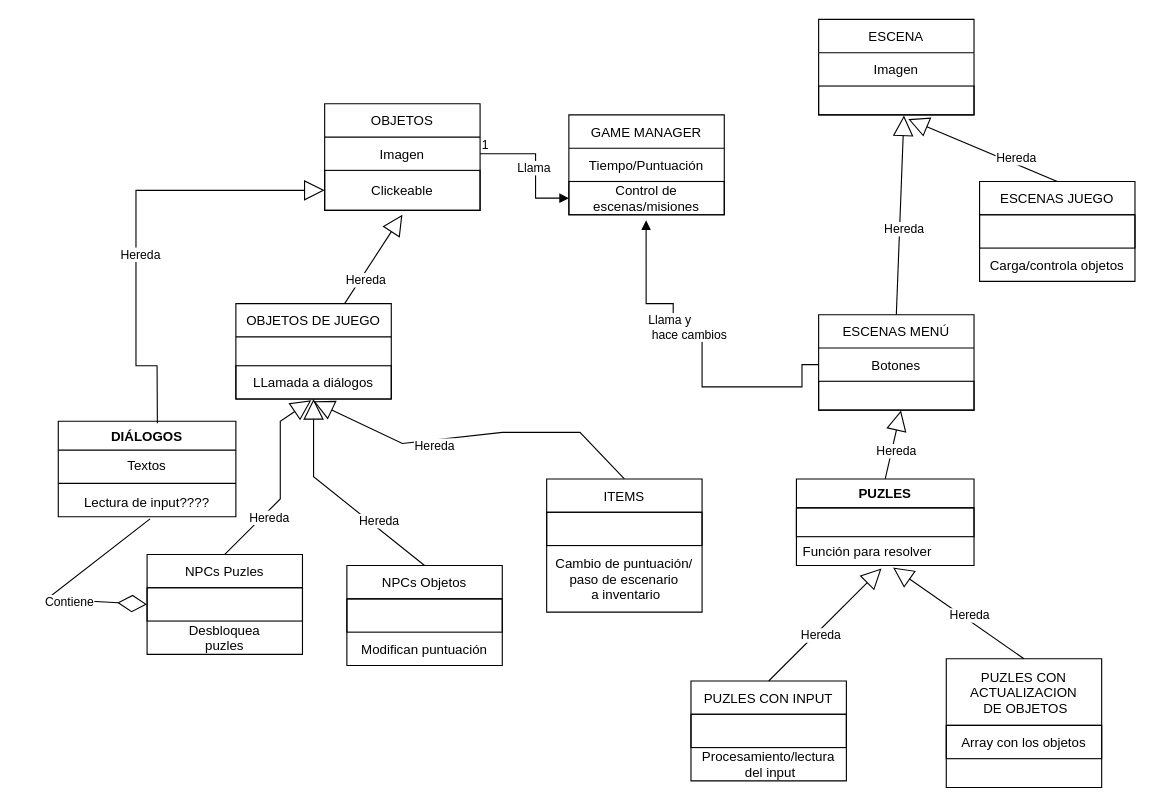
Earlier version of the draw.io diagram arte/The right man diagrama.drawio (elisatodd/Grupo-3-PVLI-2021-22). Source tidied: cells renumbered, new cells numbered last; positions are measured from the earlier drawing's top-left corner, leaving out a move shared by most shapes. Both pictures are drawn from the tidied source at 111%, with x=0, y=0 at pixel (47, 19).
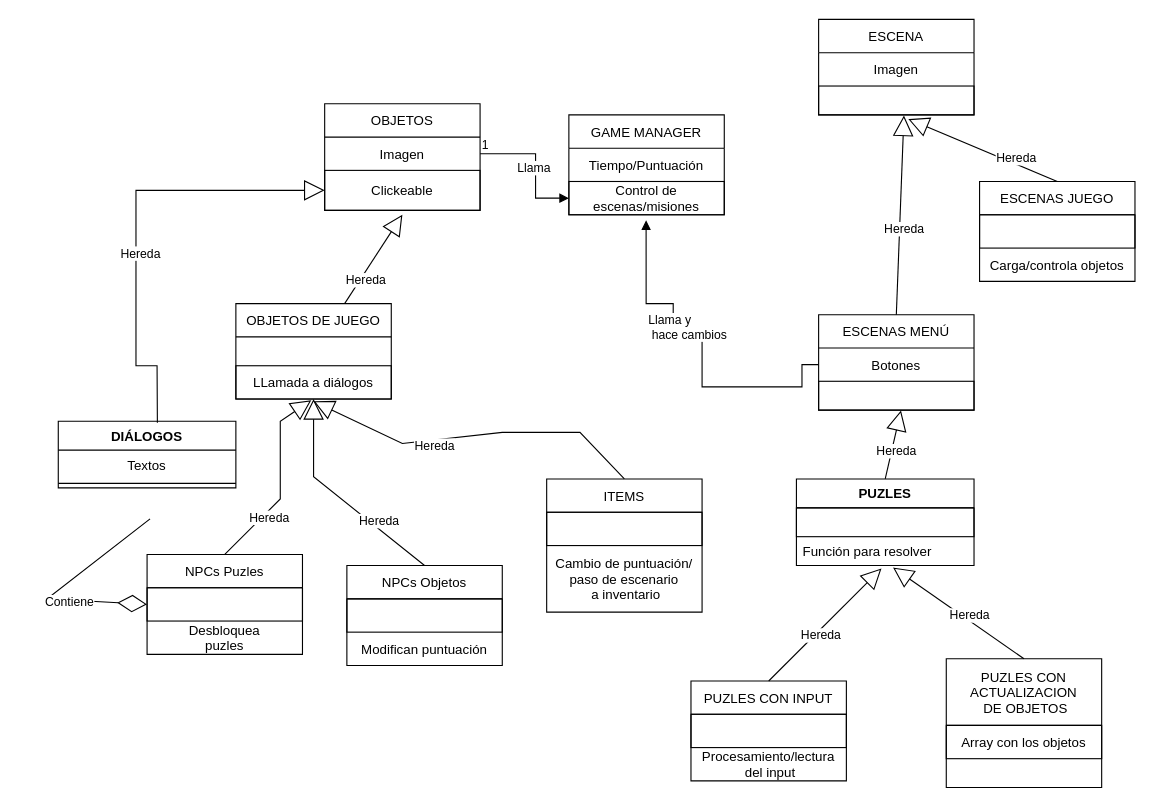
The same page after the edit.

Unchanged cells that the change refers to:
```xml
<mxCell id="6" value="  " style="text;strokeColor=default;fillColor=none;align=center;verticalAlign=middle;spacingLeft=4;spacingRight=4;overflow=hidden;points=[[0,0.5],[1,0.5]];portConstraint=eastwest;" parent="5" vertex="1">
  <mxGeometry y="30" width="140" height="30" as="geometry" />
</mxCell>
```

The edit, as a diff of the source:
```diff
@@
     <mxCell id="36" value="DIÁLOGOS" style="swimlane;fontStyle=1;align=center;verticalAlign=top;horizontal=1;startSize=26;strokeColor=default;fillColor=none;" parent="1" vertex="1">
-      <mxGeometry x="10" y="362" width="160" height="86" as="geometry" />
+      <mxGeometry x="10" y="362" width="160" height="60" as="geometry" />
     </mxCell>
@@
-    <mxCell id="39" value="Lectura de input????" style="text;strokeColor=none;fillColor=none;align=center;verticalAlign=middle;spacingLeft=4;spacingRight=4;overflow=hidden;points=[[0,0.5],[1,0.5]];portConstraint=eastwest;" parent="36" vertex="1">
-      <mxGeometry y="60" width="160" height="26" as="geometry" />
-    </mxCell>
@@
-    <mxCell id="51" style="endArrow=diamondThin;endFill=0;endSize=24;html=1;rounded=0;exitX=0.517;exitY=1.077;exitDx=0;exitDy=0;exitPerimeter=0;entryX=0;entryY=0.5;entryDx=0;entryDy=0;" parent="1" edge="1" source="39" target="6">
+    <mxCell id="51" style="endArrow=diamondThin;endFill=0;endSize=24;html=1;rounded=0;exitX=0.517;exitY=1.077;exitDx=0;exitDy=0;exitPerimeter=0;entryX=0;entryY=0.5;entryDx=0;entryDy=0;" parent="1" edge="1" target="6">
       <mxGeometry relative="1" as="geometry">
+        <mxPoint x="92.7" y="450" as="sourcePoint" />
         <Array as="points">
           <mxPoint y="522" />
         </Array>
       </mxGeometry>
     </mxCell>
```
